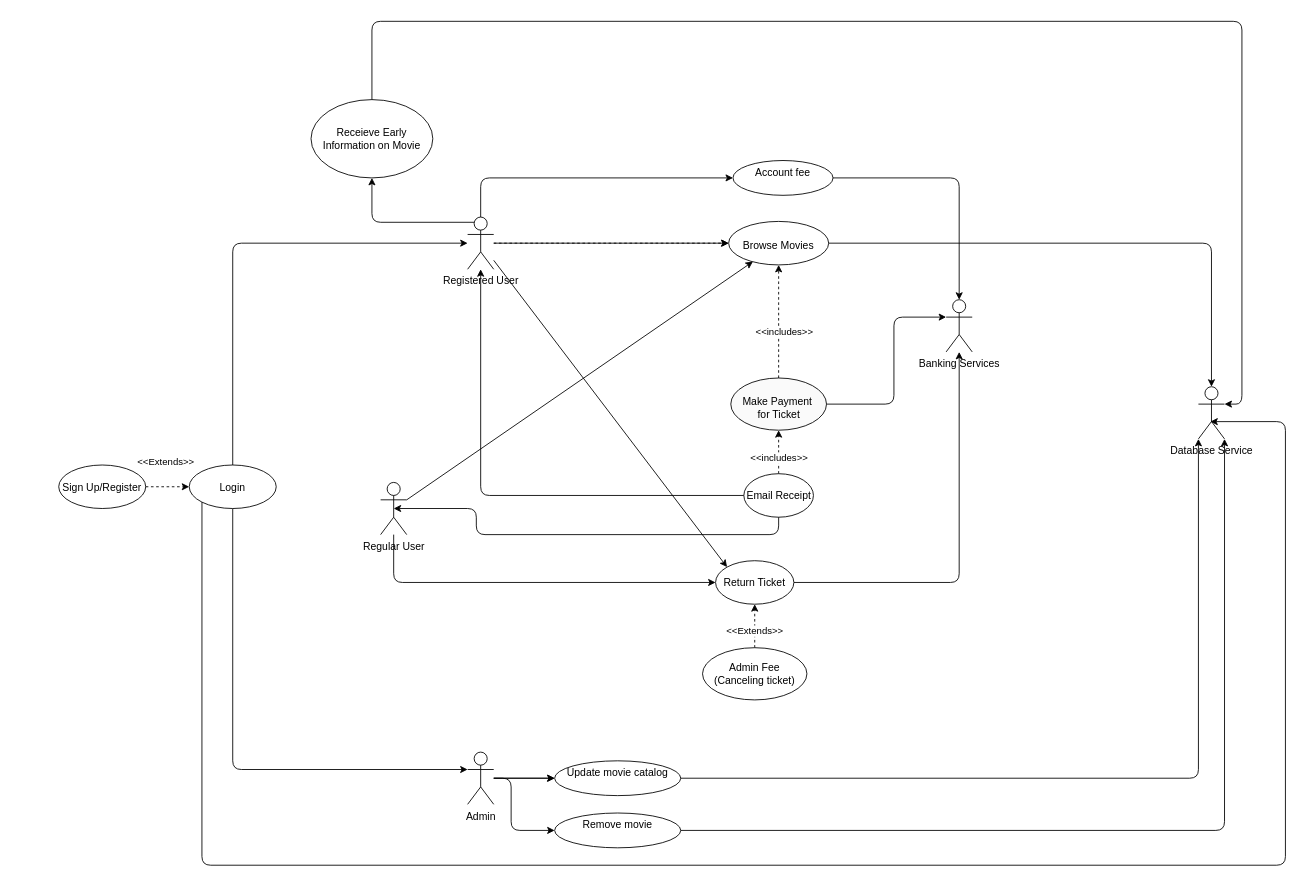
Above: page "Use Case Diagram" (1 of 5) of ENSF 480 Final Project Diagrams.drawio in SenorYuen/ProjectGrp9 (draw.io), before the change. Source tidied: cells renumbered, new cells numbered last; positions are measured from the earlier drawing's top-left corner, leaving out a move shared by most shapes. Both pictures are drawn from the tidied source at 87%, with x=0, y=0 at pixel (58, 21).
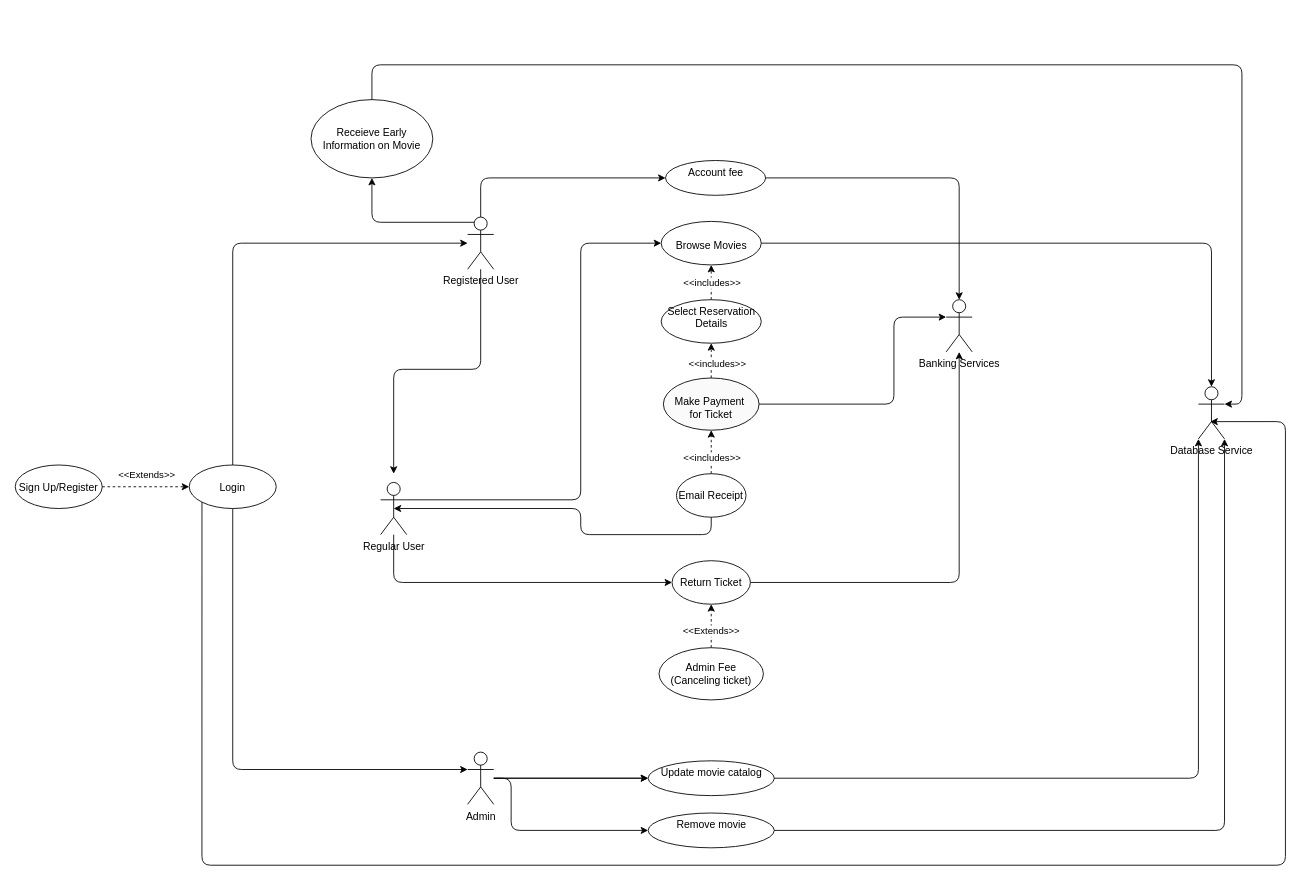
The same page after the edit.

Unchanged cells that the change refers to:
```xml
<mxCell id="7" value="Registered User" style="shape=umlActor;verticalLabelPosition=bottom;verticalAlign=top;html=1;" parent="1" vertex="1">
  <mxGeometry x="470" y="225" width="30" height="60" as="geometry" />
</mxCell>
<mxCell id="14" value="Regular User" style="shape=umlActor;verticalLabelPosition=bottom;verticalAlign=top;html=1;" parent="1" vertex="1">
  <mxGeometry x="370" y="530" width="30" height="60" as="geometry" />
</mxCell>
<mxCell id="31" value="Database Service" style="shape=umlActor;verticalLabelPosition=bottom;verticalAlign=top;html=1;" parent="1" vertex="1">
  <mxGeometry x="1310" y="420" width="30" height="60" as="geometry" />
</mxCell>
<mxCell id="42" value="Receieve Early Information on Movie" style="ellipse;whiteSpace=wrap;html=1;" parent="1" vertex="1">
  <mxGeometry x="290" y="90" width="140" height="90" as="geometry" />
</mxCell>
<mxCell id="45" style="edgeStyle=orthogonalEdgeStyle;rounded=0;jettySize=auto;html=1;exitX=1;exitY=0.5;exitDx=0;exitDy=0;entryX=0;entryY=0.5;entryDx=0;entryDy=0;dashed=1;" parent="1" edge="1" source="44" target="34">
  <mxGeometry relative="1" as="geometry" />
</mxCell>
```

Change to the diagram source:
```diff
@@
-    <mxCell id="2" style="edgeStyle=none;html=1;" parent="1" edge="1" source="7" target="21">
-      <mxGeometry relative="1" as="geometry" />
-    </mxCell>
-    <mxCell id="3" style="edgeStyle=none;html=1;dashed=1;" parent="1" edge="1" source="7" target="21">
-      <mxGeometry relative="1" as="geometry" />
-    </mxCell>
@@
-    <mxCell id="5" style="edgeStyle=none;html=1;entryX=0;entryY=0;entryDx=0;entryDy=0;" parent="1" edge="1" source="7" target="28">
-      <mxGeometry relative="1" as="geometry" />
-    </mxCell>
@@
-    <mxCell id="12" style="edgeStyle=none;html=1;exitX=1;exitY=0.3333333333333333;exitDx=0;exitDy=0;exitPerimeter=0;entryX=0.243;entryY=0.923;entryDx=0;entryDy=0;entryPerimeter=0;" parent="1" edge="1" source="14" target="21">
-      <mxGeometry relative="1" as="geometry" />
+    <mxCell id="12" style="edgeStyle=none;html=1;exitX=1;exitY=0.3333333333333333;exitDx=0;exitDy=0;exitPerimeter=0;entryX=0;entryY=0.5;entryDx=0;entryDy=0;" parent="1" edge="1" source="14" target="21">
+      <mxGeometry relative="1" as="geometry">
+        <Array as="points">
+          <mxPoint x="600" y="550" />
+          <mxPoint x="600" y="255" />
+        </Array>
+      </mxGeometry>
     </mxCell>
@@
-    <mxCell id="17" style="edgeStyle=none;html=1;entryX=0.5;entryY=1;entryDx=0;entryDy=0;dashed=1;" parent="1" edge="1" source="19" target="21">
+    <mxCell id="17" style="edgeStyle=none;html=1;entryX=0.5;entryY=1;entryDx=0;entryDy=0;dashed=1;" parent="1" edge="1" source="19" target="50">
       <mxGeometry relative="1" as="geometry" />
     </mxCell>
@@
     <mxCell id="19" value="&lt;br&gt;Make Payment&amp;nbsp;&lt;br&gt;for Ticket" style="ellipse;whiteSpace=wrap;html=1;verticalAlign=top;fillColor=#FAFAFA;" parent="1" vertex="1">
-      <mxGeometry x="772.5" y="410" width="110" height="60" as="geometry" />
+      <mxGeometry x="695" y="410" width="110" height="60" as="geometry" />
     </mxCell>
@@
     <mxCell id="21" value="&lt;div&gt;&lt;br&gt;&lt;/div&gt;Browse Movies" style="ellipse;whiteSpace=wrap;html=1;verticalAlign=top;fillColor=#FFFFFF;strokeColor=default;" parent="1" vertex="1">
-      <mxGeometry x="770" y="230" width="115" height="50" as="geometry" />
+      <mxGeometry x="692.5" y="230" width="115" height="50" as="geometry" />
     </mxCell>
@@
     <mxCell id="23" value="Account fee" style="ellipse;whiteSpace=wrap;html=1;verticalAlign=top;fillColor=#FFFFFF;strokeColor=default;" parent="1" vertex="1">
-      <mxGeometry x="775" y="160" width="115" height="40" as="geometry" />
+      <mxGeometry x="697.5" y="160" width="115" height="40" as="geometry" />
     </mxCell>
@@
     <mxCell id="26" value="Admin Fee&lt;br&gt;(Canceling ticket)" style="ellipse;whiteSpace=wrap;html=1;" parent="1" vertex="1">
-      <mxGeometry x="740" y="720" width="120" height="60" as="geometry" />
+      <mxGeometry x="690" y="720" width="120" height="60" as="geometry" />
     </mxCell>
@@
     <mxCell id="28" value="Return Ticket" style="ellipse;whiteSpace=wrap;html=1;" parent="1" vertex="1">
-      <mxGeometry x="755" y="620" width="90" height="50" as="geometry" />
+      <mxGeometry x="705" y="620" width="90" height="50" as="geometry" />
     </mxCell>
     <mxCell id="29" value="Update movie catalog" style="ellipse;whiteSpace=wrap;html=1;verticalAlign=top;fillColor=#ffffff;" parent="1" vertex="1">
-      <mxGeometry x="570" y="850" width="145" height="40" as="geometry" />
+      <mxGeometry x="677.5" y="850" width="145" height="40" as="geometry" />
     </mxCell>
     <mxCell id="30" value="Remove movie" style="ellipse;whiteSpace=wrap;html=1;verticalAlign=top;fillColor=default;gradientColor=none;" parent="1" vertex="1">
-      <mxGeometry x="570" y="910" width="145" height="40" as="geometry" />
+      <mxGeometry x="677.5" y="910" width="145" height="40" as="geometry" />
     </mxCell>
@@
-    <mxCell id="39" style="edgeStyle=orthogonalEdgeStyle;rounded=1;jettySize=auto;html=1;exitX=0;exitY=0.5;exitDx=0;exitDy=0;strokeColor=default;align=center;verticalAlign=middle;fontFamily=Helvetica;fontSize=11;fontColor=default;labelBackgroundColor=default;endArrow=classic;" parent="1" edge="1" source="40" target="7">
-      <mxGeometry relative="1" as="geometry" />
-    </mxCell>
     <mxCell id="40" value="Email Receipt" style="ellipse;whiteSpace=wrap;html=1;" parent="1" vertex="1">
-      <mxGeometry x="787.5" y="520" width="80" height="50" as="geometry" />
+      <mxGeometry x="710" y="520" width="80" height="50" as="geometry" />
     </mxCell>
     <mxCell id="41" style="rounded=1;jettySize=auto;html=1;exitX=0.5;exitY=1;exitDx=0;exitDy=0;entryX=0.5;entryY=0.5;entryDx=0;entryDy=0;entryPerimeter=0;edgeStyle=orthogonalEdgeStyle;strokeColor=default;align=center;verticalAlign=middle;fontFamily=Helvetica;fontSize=11;fontColor=default;labelBackgroundColor=default;endArrow=classic;" parent="1" edge="1" source="40" target="14">
       <mxGeometry relative="1" as="geometry">
         <Array as="points">
-          <mxPoint x="828" y="590" />
-          <mxPoint x="480" y="590" />
-          <mxPoint x="480" y="560" />
+          <mxPoint x="750" y="590" />
+          <mxPoint x="600" y="590" />
+          <mxPoint x="600" y="560" />
         </Array>
       </mxGeometry>
     </mxCell>
@@
     <mxCell id="43" style="edgeStyle=orthogonalEdgeStyle;rounded=1;jettySize=auto;html=1;strokeColor=default;align=center;verticalAlign=middle;fontFamily=Helvetica;fontSize=11;fontColor=default;labelBackgroundColor=default;endArrow=classic;" parent="1" edge="1" source="42" target="31">
       <mxGeometry relative="1" as="geometry">
         <Array as="points">
-          <mxPoint x="360" />
-          <mxPoint x="1360" />
+          <mxPoint x="360" y="50" />
+          <mxPoint x="1360" y="50" />
           <mxPoint x="1360" y="440" />
         </Array>
       </mxGeometry>
     </mxCell>
     <mxCell id="44" value="Sign Up/Register" style="ellipse;" parent="1" vertex="1">
-      <mxGeometry y="510" width="100" height="50" as="geometry" />
+      <mxGeometry x="-50" y="510" width="100" height="50" as="geometry" />
     </mxCell>
@@
-    <mxCell id="46" value="&amp;lt;&amp;lt;Extends&amp;gt;&amp;gt;" style="edgeLabel;html=1;align=center;verticalAlign=middle;" parent="1" vertex="1">
-      <mxGeometry x="120" y="600" as="geometry">
-        <mxPoint x="2" y="-95" as="offset" />
+    <mxCell id="46" value="&amp;lt;&amp;lt;Extends&amp;gt;&amp;gt;" style="edgeLabel;html=1;align=center;verticalAlign=middle;" parent="45" vertex="1">
+      <mxGeometry x="-0.17" y="-3" relative="1" as="geometry">
+        <mxPoint x="8" y="-18" as="offset" />
       </mxGeometry>
     </mxCell>
@@
+    <mxCell id="48" style="rounded=1;jettySize=auto;html=1;strokeColor=default;align=center;verticalAlign=middle;fontFamily=Helvetica;fontSize=11;fontColor=default;labelBackgroundColor=default;endArrow=classic;" parent="1" edge="1" source="7">
+      <mxGeometry relative="1" as="geometry">
+        <mxPoint x="385" y="520" as="targetPoint" />
+        <Array as="points">
+          <mxPoint x="485" y="400" />
+          <mxPoint x="385" y="400" />
+        </Array>
+      </mxGeometry>
+    </mxCell>
+    <mxCell id="49" style="edgeStyle=orthogonalEdgeStyle;rounded=0;jettySize=auto;html=1;exitX=0.5;exitY=0;exitDx=0;exitDy=0;entryX=0.5;entryY=1;entryDx=0;entryDy=0;dashed=1;" parent="1" edge="1" source="50" target="21">
+      <mxGeometry relative="1" as="geometry" />
+    </mxCell>
+    <mxCell id="50" value="&lt;div&gt;Select Reservation Details&lt;/div&gt;" style="ellipse;whiteSpace=wrap;html=1;verticalAlign=top;fillColor=#FFFFFF;strokeColor=default;" parent="1" vertex="1">
+      <mxGeometry x="692.5" y="320" width="115" height="50" as="geometry" />
+    </mxCell>
+    <mxCell id="51" value="&amp;lt;&amp;lt;includes&amp;gt;&amp;gt;" style="edgeLabel;html=1;align=center;verticalAlign=middle;" parent="1" vertex="1">
+      <mxGeometry x="750" y="300" as="geometry" />
+    </mxCell>
```
